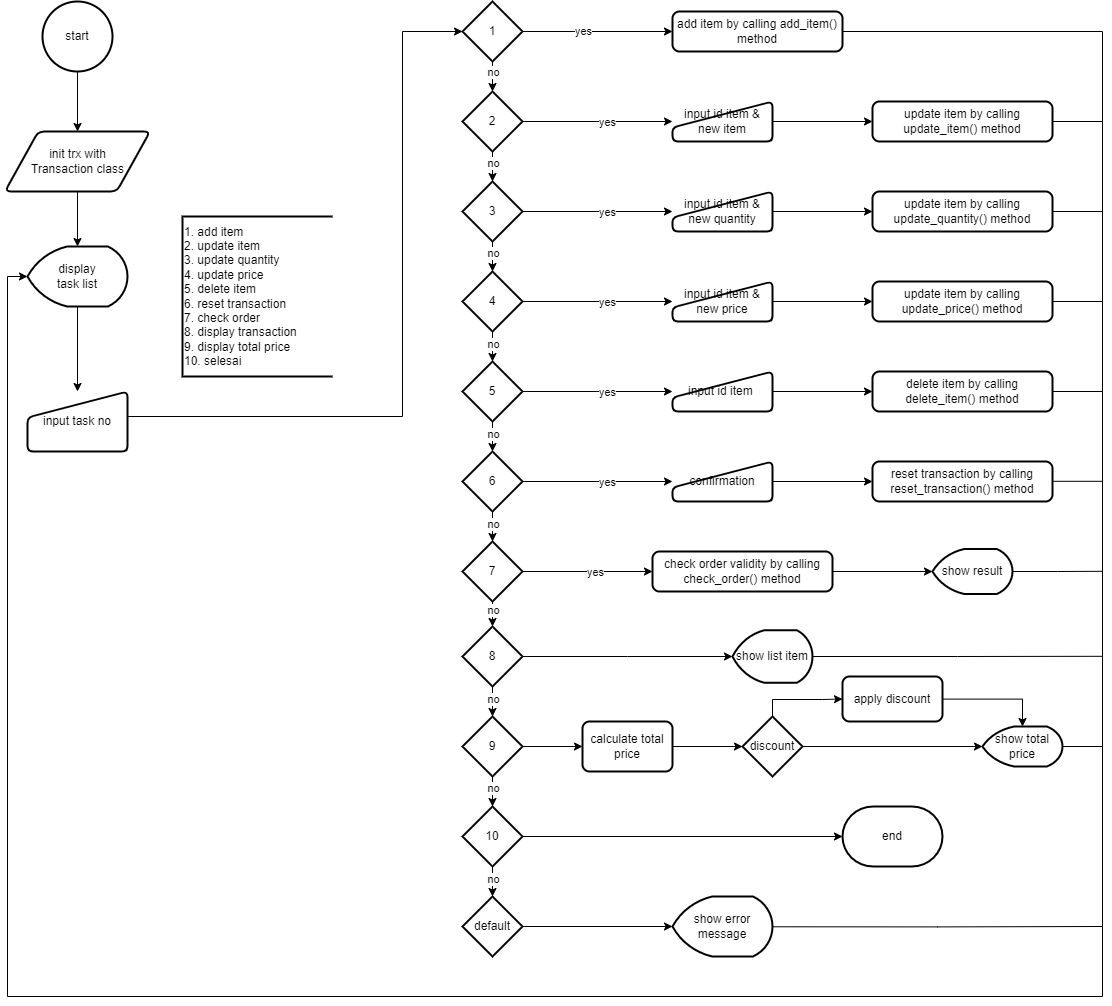
Above: alur_program.png in iammunir/super-cashier-py (draw.io), before the change. Source tidied: cells renumbered, new cells last; positions are measured from the earlier drawing's top-left corner, leaving out a move shared by most shapes.
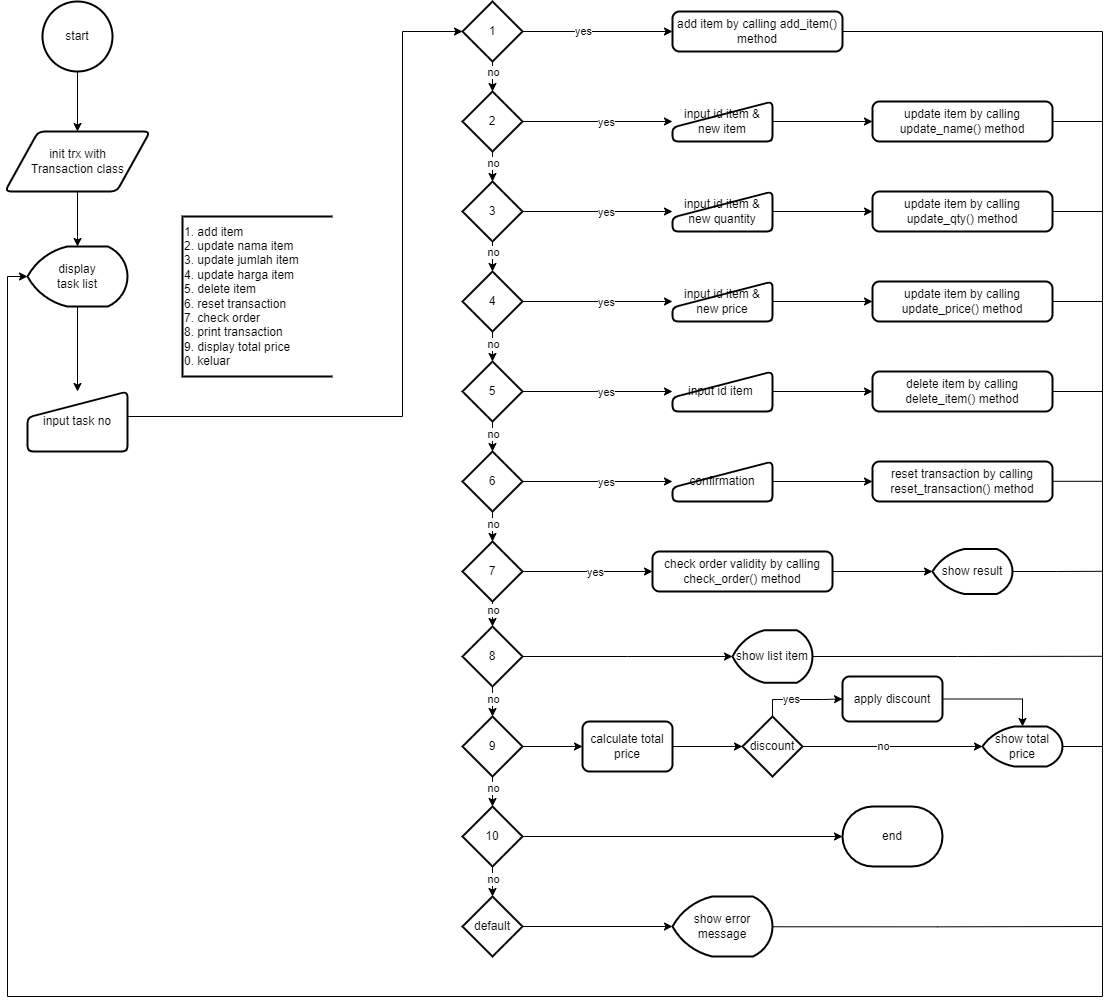
Above is the later version.

The edit, as a diff of the source:
```diff
@@ -20,7 +20,7 @@
     <mxCell id="7" value="init trx with &lt;br&gt;Transaction class" style="shape=parallelogram;html=1;strokeWidth=2;perimeter=parallelogramPerimeter;whiteSpace=wrap;rounded=1;arcSize=12;size=0.23;" parent="1" vertex="1">
       <mxGeometry x="0.5" y="130" width="145" height="60" as="geometry" />
     </mxCell>
-    <mxCell id="8" value="1. add item&lt;br&gt;2. update item&lt;br&gt;3. update quantity&lt;br&gt;4. update price&lt;br&gt;5. delete item&lt;br&gt;6. reset transaction&lt;br&gt;7. check order&lt;br&gt;8. display transaction&lt;br&gt;9. display total price&lt;br&gt;10. selesai" style="strokeWidth=2;html=1;shape=mxgraph.flowchart.annotation_1;align=left;" parent="1" vertex="1">
+    <mxCell id="8" value="1. add item&lt;br&gt;2. update nama item&lt;br&gt;3. update jumlah item&lt;br&gt;4. update harga item&lt;br&gt;5. delete item&lt;br&gt;6. reset transaction&lt;br&gt;7. check order&lt;br&gt;8. print transaction&lt;br&gt;9. display total price&lt;br&gt;0. keluar" style="strokeWidth=2;html=1;shape=mxgraph.flowchart.annotation_1;align=left;" parent="1" vertex="1">
       <mxGeometry x="178" y="215" width="150" height="160" as="geometry" />
     </mxCell>
     <mxCell id="9" style="edgeStyle=orthogonalEdgeStyle;rounded=0;jettySize=auto;html=1;entryX=0;entryY=0.5;entryDx=0;entryDy=0;entryPerimeter=0;" parent="1" edge="1" source="10" target="15">
@@ -95,7 +95,7 @@
         </Array>
       </mxGeometry>
     </mxCell>
-    <mxCell id="26" value="update item by calling update_item() method" style="rounded=1;whiteSpace=wrap;html=1;absoluteArcSize=1;arcSize=14;strokeWidth=2;" parent="1" vertex="1">
+    <mxCell id="26" value="update item by calling update_name() method" style="rounded=1;whiteSpace=wrap;html=1;absoluteArcSize=1;arcSize=14;strokeWidth=2;" parent="1" vertex="1">
       <mxGeometry x="868" y="100" width="180" height="40" as="geometry" />
     </mxCell>
     <mxCell id="27" style="edgeStyle=orthogonalEdgeStyle;rounded=0;jettySize=auto;html=1;endArrow=classic;endFill=1;" parent="1" edge="1" source="29" target="38">
@@ -123,7 +123,7 @@
     <mxCell id="33" style="edgeStyle=orthogonalEdgeStyle;rounded=0;jettySize=auto;html=1;" parent="1" edge="1" source="32" target="34">
       <mxGeometry relative="1" as="geometry" />
     </mxCell>
-    <mxCell id="34" value="update item by calling update_quantity() method" style="rounded=1;whiteSpace=wrap;html=1;absoluteArcSize=1;arcSize=14;strokeWidth=2;" parent="1" vertex="1">
+    <mxCell id="34" value="update item by calling update_qty() method" style="rounded=1;whiteSpace=wrap;html=1;absoluteArcSize=1;arcSize=14;strokeWidth=2;" parent="1" vertex="1">
       <mxGeometry x="868" y="190" width="180" height="40" as="geometry" />
     </mxCell>
     <mxCell id="35" style="edgeStyle=orthogonalEdgeStyle;rounded=0;jettySize=auto;html=1;endArrow=none;endFill=0;" parent="1" edge="1" source="34">
@@ -304,9 +304,15 @@
         </Array>
       </mxGeometry>
     </mxCell>
+    <mxCell id="100" value="yes" style="edgeLabel;html=1;align=center;verticalAlign=middle;" parent="84" vertex="1">
+      <mxGeometry x="-0.2" y="1" relative="1" as="geometry" />
+    </mxCell>
     <mxCell id="85" style="edgeStyle=orthogonalEdgeStyle;rounded=0;jettySize=auto;html=1;endArrow=classic;endFill=1;" parent="1" edge="1" source="86" target="89">
       <mxGeometry relative="1" as="geometry" />
     </mxCell>
+    <mxCell id="101" value="no" style="edgeLabel;html=1;align=center;verticalAlign=middle;" parent="85" vertex="1">
+      <mxGeometry x="-0.11" y="1" relative="1" as="geometry" />
+    </mxCell>
     <mxCell id="86" value="discount" style="strokeWidth=2;html=1;shape=mxgraph.flowchart.decision;whiteSpace=wrap;" parent="1" vertex="1">
       <mxGeometry x="738" y="715" width="60" height="60" as="geometry" />
     </mxCell>
```
